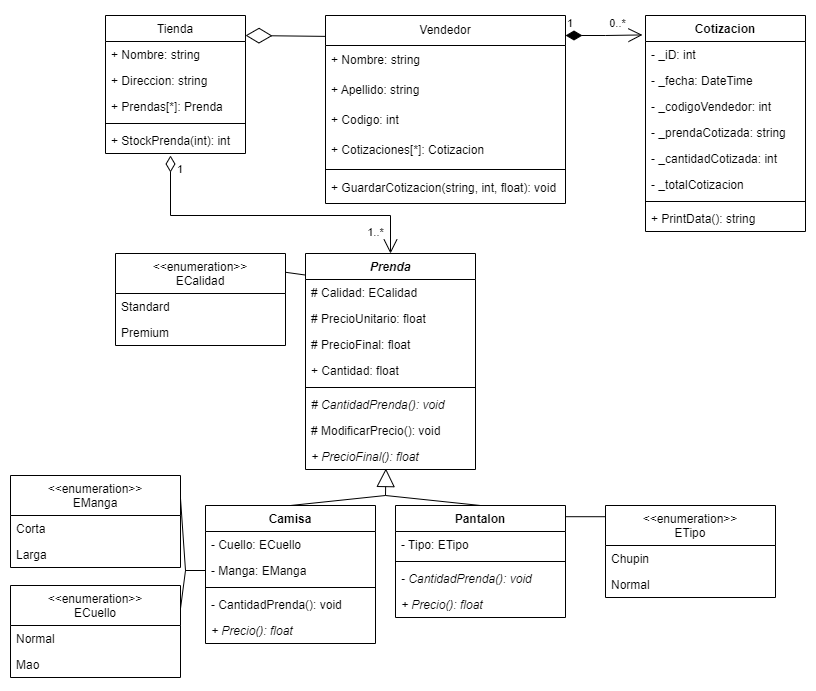
Above: (UML) CotizadorExpress.png in DK-milo/CotizadorExpress (draw.io), before the change. Source tidied: cells renumbered, new cells last; positions are measured from the earlier drawing's top-left corner, leaving out a move shared by most shapes.
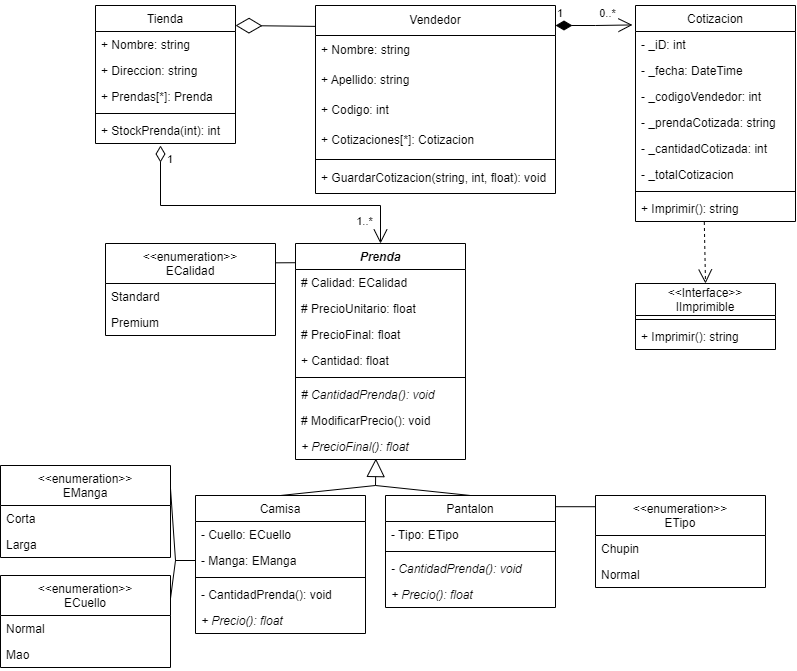
Above is the later version.

What changed in the source:
```diff
@@ -66,7 +66,7 @@
         <mxPoint x="235" y="20" as="targetPoint" />
       </mxGeometry>
     </mxCell>
-    <mxCell id="20" value="Cotizacion" style="swimlane;fontStyle=1;align=center;verticalAlign=top;horizontal=1;startSize=26;" parent="1" vertex="1">
+    <mxCell id="20" value="Cotizacion" style="swimlane;fontStyle=0;align=center;verticalAlign=top;horizontal=1;startSize=26;" parent="1" vertex="1">
       <mxGeometry x="635" width="160" height="216" as="geometry" />
     </mxCell>
     <mxCell id="21" value="- _iD: int" style="text;strokeColor=none;fillColor=none;align=left;verticalAlign=top;spacingLeft=4;spacingRight=4;overflow=hidden;" parent="20" vertex="1">
@@ -90,7 +90,7 @@
     <mxCell id="27" style="line;strokeWidth=1;fillColor=none;align=left;verticalAlign=middle;spacingTop=-1;spacingLeft=3;spacingRight=3;labelPosition=right;strokeColor=inherit;" parent="20" vertex="1">
       <mxGeometry y="182" width="160" height="8" as="geometry" />
     </mxCell>
-    <mxCell id="28" value="+ PrintData(): string" style="text;strokeColor=none;fillColor=none;align=left;verticalAlign=top;spacingLeft=4;spacingRight=4;overflow=hidden;points=[[0,0.5],[1,0.5]];portConstraint=eastwest;" parent="20" vertex="1">
+    <mxCell id="28" value="+ Imprimir(): string" style="text;strokeColor=none;fillColor=none;align=left;verticalAlign=top;spacingLeft=4;spacingRight=4;overflow=hidden;points=[[0,0.5],[1,0.5]];portConstraint=eastwest;" parent="20" vertex="1">
       <mxGeometry y="190" width="160" height="26" as="geometry" />
     </mxCell>
     <mxCell id="29" value="&lt;&lt;enumeration&gt;&gt;&#10;ECalidad" style="swimlane;fontStyle=0;horizontal=1;startSize=40;fillColor=none;" parent="1" vertex="1">
@@ -139,10 +139,10 @@
         </Array>
       </mxGeometry>
     </mxCell>
-    <mxCell id="41" style="endArrow=none;html=1;rounded=0;exitX=0.002;exitY=0.1;exitDx=0;exitDy=0;entryX=1;entryY=0.204;entryDx=0;entryDy=0;exitPerimeter=0;entryPerimeter=0;" parent="1" edge="1" source="58" target="29">
+    <mxCell id="41" style="endArrow=none;html=1;rounded=0;exitX=-0.001;exitY=0.089;exitDx=0;exitDy=0;entryX=1.002;entryY=0.21;entryDx=0;entryDy=0;exitPerimeter=0;entryPerimeter=0;" parent="1" edge="1" source="58" target="29">
       <mxGeometry relative="1" as="geometry" />
     </mxCell>
-    <mxCell id="42" value="Camisa" style="swimlane;fontStyle=1;align=center;verticalAlign=top;horizontal=1;startSize=26;" parent="1" vertex="1">
+    <mxCell id="42" value="Camisa" style="swimlane;fontStyle=0;align=center;verticalAlign=top;horizontal=1;startSize=26;" parent="1" vertex="1">
       <mxGeometry x="195" y="490" width="170" height="138" as="geometry" />
     </mxCell>
     <mxCell id="43" value="- Cuello: ECuello" style="text;strokeColor=none;fillColor=none;align=left;verticalAlign=top;spacingLeft=4;spacingRight=4;overflow=hidden;" parent="42" vertex="1">
@@ -160,7 +160,7 @@
     <mxCell id="47" value="+ Precio(): float" style="text;strokeColor=none;fillColor=none;align=left;verticalAlign=top;spacingLeft=4;spacingRight=4;overflow=hidden;fontStyle=2;" parent="42" vertex="1">
       <mxGeometry y="112" width="170" height="26" as="geometry" />
     </mxCell>
-    <mxCell id="48" value="Pantalon" style="swimlane;fontStyle=1;align=center;verticalAlign=top;horizontal=1;startSize=26;" parent="1" vertex="1">
+    <mxCell id="48" value="Pantalon" style="swimlane;fontStyle=0;align=center;verticalAlign=top;horizontal=1;startSize=26;" parent="1" vertex="1">
       <mxGeometry x="385" y="490" width="170" height="112" as="geometry" />
     </mxCell>
     <mxCell id="49" value="- Tipo: ETipo" style="text;strokeColor=none;fillColor=none;align=left;verticalAlign=top;spacingLeft=4;spacingRight=4;overflow=hidden;" parent="48" vertex="1">
@@ -235,5 +235,17 @@
         </Array>
       </mxGeometry>
     </mxCell>
+    <mxCell id="69" value="&lt;&lt;Interface&gt;&gt;&#10;IImprimible" style="swimlane;fontStyle=0;horizontal=1;startSize=32;fillColor=none;" parent="1" vertex="1">
+      <mxGeometry x="635" y="278" width="140" height="66" as="geometry" />
+    </mxCell>
+    <mxCell id="70" style="line;strokeWidth=1;fillColor=none;align=left;verticalAlign=middle;spacingTop=-1;spacingLeft=3;spacingRight=3;labelPosition=right;strokeColor=inherit;" parent="69" vertex="1">
+      <mxGeometry y="32" width="140" height="8" as="geometry" />
+    </mxCell>
+    <mxCell id="71" value="+ Imprimir(): string" style="text;strokeColor=none;fillColor=none;align=left;verticalAlign=top;spacingLeft=4;spacingRight=4;overflow=hidden;" parent="69" vertex="1">
+      <mxGeometry y="40" width="140" height="26" as="geometry" />
+    </mxCell>
+    <mxCell id="72" style="endArrow=open;endSize=12;dashed=1;html=1;rounded=0;entryX=0.5;entryY=0;entryDx=0;entryDy=0;exitX=0.43;exitY=1.019;exitDx=0;exitDy=0;exitPerimeter=0;" parent="1" edge="1" source="28" target="69">
+      <mxGeometry relative="1" as="geometry" />
+    </mxCell>
   </root>
 </mxGraphModel>
```
